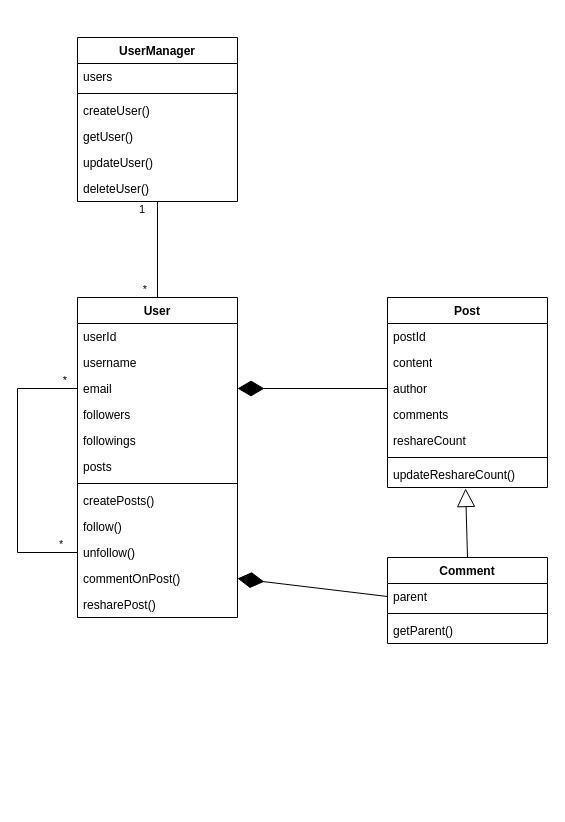
This is social_network.drawio from jilv220/UMLs, a draw.io file, before an edit. Source tidied: cells renumbered, new cells numbered last; positions are measured from the earlier drawing's top-left corner, leaving out a move shared by most shapes. Both pictures are drawn from the tidied source at 100%, with x=0, y=0 at pixel (17, 37).
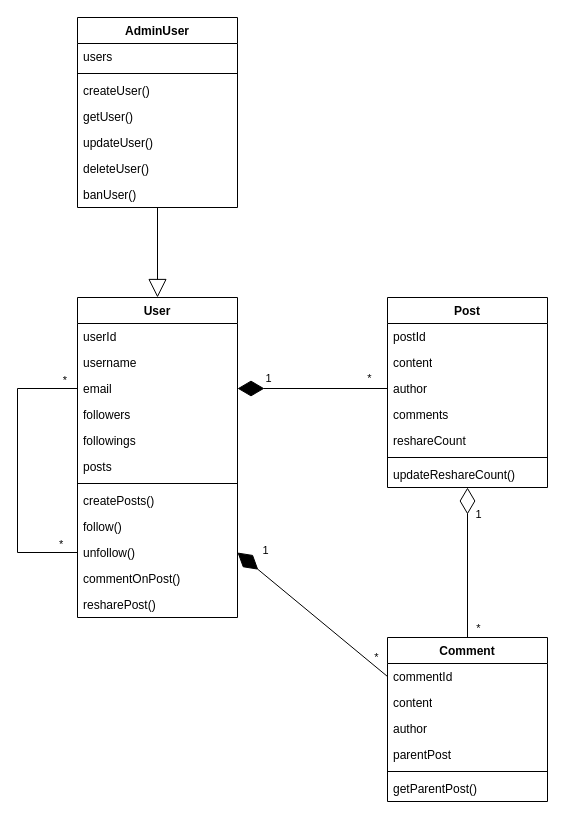
The same page after the edit.

The change refers to these unchanged cells:
```xml
<mxCell id="2" value="User" style="swimlane;fontStyle=1;align=center;verticalAlign=top;horizontal=1;startSize=26;whiteSpace=wrap;html=1;" parent="1" vertex="1">
  <mxGeometry x="60" y="260" width="160" height="320" as="geometry" />
</mxCell>
<mxCell id="5" value="email" style="text;strokeColor=none;fillColor=none;align=left;verticalAlign=top;spacingLeft=4;spacingRight=4;overflow=hidden;points=[[0,0.5],[1,0.5]];portConstraint=eastwest;whiteSpace=wrap;html=1;" parent="2" vertex="1">
  <mxGeometry y="78" width="160" height="26" as="geometry" />
</mxCell>
<mxCell id="12" value="unfollow()" style="text;strokeColor=none;fillColor=none;align=left;verticalAlign=top;spacingLeft=4;spacingRight=4;overflow=hidden;points=[[0,0.5],[1,0.5]];portConstraint=eastwest;whiteSpace=wrap;html=1;" parent="2" vertex="1">
  <mxGeometry y="242" width="160" height="26" as="geometry" />
</mxCell>
<mxCell id="13" value="commentOnPost()" style="text;strokeColor=none;fillColor=none;align=left;verticalAlign=top;spacingLeft=4;spacingRight=4;overflow=hidden;points=[[0,0.5],[1,0.5]];portConstraint=eastwest;whiteSpace=wrap;html=1;" parent="2" vertex="1">
  <mxGeometry y="268" width="160" height="26" as="geometry" />
</mxCell>
<mxCell id="22" value="Post" style="swimlane;fontStyle=1;align=center;verticalAlign=top;horizontal=1;startSize=26;whiteSpace=wrap;html=1;" parent="1" vertex="1">
  <mxGeometry x="370" y="260" width="160" height="190" as="geometry" />
</mxCell>
<mxCell id="25" value="author" style="text;strokeColor=none;fillColor=none;align=left;verticalAlign=top;spacingLeft=4;spacingRight=4;overflow=hidden;points=[[0,0.5],[1,0.5]];portConstraint=eastwest;whiteSpace=wrap;html=1;" parent="22" vertex="1">
  <mxGeometry y="78" width="160" height="26" as="geometry" />
</mxCell>
<mxCell id="29" value="updateReshareCount()" style="text;strokeColor=none;fillColor=none;align=left;verticalAlign=top;spacingLeft=4;spacingRight=4;overflow=hidden;points=[[0,0.5],[1,0.5]];portConstraint=eastwest;whiteSpace=wrap;html=1;" parent="22" vertex="1">
  <mxGeometry y="164" width="160" height="26" as="geometry" />
</mxCell>
```

The edit, as a diff of the source:
```diff
@@
     <mxCell id="18" value="Comment" style="swimlane;fontStyle=1;align=center;verticalAlign=top;horizontal=1;startSize=26;whiteSpace=wrap;html=1;" parent="1" vertex="1">
-      <mxGeometry x="370" y="520" width="160" height="86" as="geometry" />
+      <mxGeometry x="370" y="600" width="160" height="164" as="geometry" />
     </mxCell>
-    <mxCell id="19" value="parent" style="text;strokeColor=none;fillColor=none;align=left;verticalAlign=top;spacingLeft=4;spacingRight=4;overflow=hidden;points=[[0,0.5],[1,0.5]];portConstraint=eastwest;whiteSpace=wrap;html=1;" parent="18" vertex="1">
+    <mxCell id="19" value="commentId" style="text;strokeColor=none;fillColor=none;align=left;verticalAlign=top;spacingLeft=4;spacingRight=4;overflow=hidden;points=[[0,0.5],[1,0.5]];portConstraint=eastwest;whiteSpace=wrap;html=1;" parent="18" vertex="1">
       <mxGeometry y="26" width="160" height="26" as="geometry" />
     </mxCell>
+    <mxCell id="43" value="content" style="text;strokeColor=none;fillColor=none;align=left;verticalAlign=top;spacingLeft=4;spacingRight=4;overflow=hidden;whiteSpace=wrap;html=1;" parent="18" vertex="1">
+      <mxGeometry y="52" width="160" height="26" as="geometry" />
+    </mxCell>
+    <mxCell id="44" value="author" style="text;strokeColor=none;fillColor=none;align=left;verticalAlign=top;spacingLeft=4;spacingRight=4;overflow=hidden;whiteSpace=wrap;html=1;" parent="18" vertex="1">
+      <mxGeometry y="78" width="160" height="26" as="geometry" />
+    </mxCell>
+    <mxCell id="45" value="parentPost" style="text;strokeColor=none;fillColor=none;align=left;verticalAlign=top;spacingLeft=4;spacingRight=4;overflow=hidden;whiteSpace=wrap;html=1;" parent="18" vertex="1">
+      <mxGeometry y="104" width="160" height="26" as="geometry" />
+    </mxCell>
     <mxCell id="20" style="line;strokeWidth=1;fillColor=none;align=left;verticalAlign=middle;spacingTop=-1;spacingLeft=3;spacingRight=3;labelPosition=right;strokeColor=inherit;" parent="18" vertex="1">
-      <mxGeometry y="52" width="160" height="8" as="geometry" />
+      <mxGeometry y="130" width="160" height="8" as="geometry" />
     </mxCell>
-    <mxCell id="21" value="getParent()" style="text;strokeColor=none;fillColor=none;align=left;verticalAlign=top;spacingLeft=4;spacingRight=4;overflow=hidden;whiteSpace=wrap;html=1;" parent="18" vertex="1">
-      <mxGeometry y="60" width="160" height="26" as="geometry" />
+    <mxCell id="21" value="getParentPost()" style="text;strokeColor=none;fillColor=none;align=left;verticalAlign=top;spacingLeft=4;spacingRight=4;overflow=hidden;whiteSpace=wrap;html=1;" parent="18" vertex="1">
+      <mxGeometry y="138" width="160" height="26" as="geometry" />
     </mxCell>
@@
-    <mxCell id="30" style="endArrow=block;endSize=16;endFill=0;html=1;rounded=0;entryX=0.488;entryY=1.038;entryDx=0;entryDy=0;entryPerimeter=0;exitX=0.5;exitY=0;exitDx=0;exitDy=0;" parent="1" edge="1" source="18" target="29">
-      <mxGeometry relative="1" as="geometry" />
-    </mxCell>
-    <mxCell id="31" value="UserManager" style="swimlane;fontStyle=1;align=center;verticalAlign=top;horizontal=1;startSize=26;whiteSpace=wrap;html=1;" parent="1" vertex="1">
-      <mxGeometry x="60" width="160" height="164" as="geometry" />
+    <mxCell id="31" value="AdminUser" style="swimlane;fontStyle=1;align=center;verticalAlign=top;horizontal=1;startSize=26;whiteSpace=wrap;html=1;" parent="1" vertex="1">
+      <mxGeometry x="60" y="-20" width="160" height="190" as="geometry" />
     </mxCell>
@@
+    <mxCell id="46" value="banUser()" style="text;strokeColor=none;fillColor=none;align=left;verticalAlign=top;spacingLeft=4;spacingRight=4;overflow=hidden;whiteSpace=wrap;html=1;" parent="31" vertex="1">
+      <mxGeometry y="164" width="160" height="26" as="geometry" />
+    </mxCell>
+    <mxCell id="41" style="endArrow=diamondThin;endFill=1;endSize=24;html=1;rounded=0;entryX=1;entryY=0.5;entryDx=0;entryDy=0;exitX=0;exitY=0.5;exitDx=0;exitDy=0;" parent="1" edge="1" source="25" target="5">
+      <mxGeometry relative="1" as="geometry" />
+    </mxCell>
+    <mxCell id="47" value="1" style="edgeLabel;html=1;align=center;verticalAlign=middle;" parent="41" vertex="1">
+      <mxGeometry x="0.85" y="5" relative="1" as="geometry">
+        <mxPoint x="19" y="-16" as="offset" />
+      </mxGeometry>
+    </mxCell>
+    <mxCell id="48" value="*" style="edgeLabel;html=1;align=center;verticalAlign=middle;" parent="41" vertex="1">
+      <mxGeometry x="0.83" y="3" relative="1" as="geometry">
+        <mxPoint x="118" y="-14" as="offset" />
+      </mxGeometry>
+    </mxCell>
+    <mxCell id="49" style="endArrow=diamondThin;endFill=1;endSize=24;html=1;rounded=0;entryX=1;entryY=0.5;entryDx=0;entryDy=0;exitX=0;exitY=0.5;exitDx=0;exitDy=0;" parent="1" edge="1" source="19" target="12">
+      <mxGeometry relative="1" as="geometry" />
+    </mxCell>
+    <mxCell id="50" value="1" style="edgeLabel;html=1;align=center;verticalAlign=middle;" parent="49" vertex="1">
+      <mxGeometry x="0.85" y="5" relative="1" as="geometry">
+        <mxPoint x="19" y="-16" as="offset" />
+      </mxGeometry>
+    </mxCell>
+    <mxCell id="51" value="*" style="edgeLabel;html=1;align=center;verticalAlign=middle;" parent="49" vertex="1">
+      <mxGeometry x="0.83" y="3" relative="1" as="geometry">
+        <mxPoint x="128" y="92" as="offset" />
+      </mxGeometry>
+    </mxCell>
-    <mxCell id="38" style="endArrow=none;html=1;edgeStyle=orthogonalEdgeStyle;rounded=0;exitX=0.5;exitY=1;exitDx=0;exitDy=0;entryX=0.5;entryY=0;entryDx=0;entryDy=0;" parent="1" edge="1" source="31" target="2">
+    <mxCell id="38" style="endArrow=block;endSize=16;endFill=0;html=1;rounded=0;entryX=0.5;entryY=0;entryDx=0;entryDy=0;exitX=0.5;exitY=1;exitDx=0;exitDy=0;" parent="1" edge="1" source="31" target="2">
       <mxGeometry relative="1" as="geometry" />
     </mxCell>
-    <mxCell id="39" value="1" style="edgeLabel;html=1;align=left;verticalAlign=bottom;" parent="38" vertex="1">
-      <mxGeometry x="-1" relative="1" as="geometry">
-        <mxPoint x="-20" y="16" as="offset" />
-      </mxGeometry>
-    </mxCell>
-    <mxCell id="40" value="*" style="edgeLabel;html=1;align=right;verticalAlign=bottom;" parent="38" vertex="1">
-      <mxGeometry x="1" relative="1" as="geometry">
-        <mxPoint x="-10" as="offset" />
-      </mxGeometry>
-    </mxCell>
-    <mxCell id="41" style="endArrow=diamondThin;endFill=1;endSize=24;html=1;rounded=0;entryX=1;entryY=0.5;entryDx=0;entryDy=0;exitX=0;exitY=0.5;exitDx=0;exitDy=0;" parent="1" edge="1" source="25" target="5">
-      <mxGeometry relative="1" as="geometry" />
-    </mxCell>
-    <mxCell id="42" style="endArrow=diamondThin;endFill=1;endSize=24;html=1;rounded=0;entryX=1;entryY=0.5;entryDx=0;entryDy=0;exitX=0;exitY=0.5;exitDx=0;exitDy=0;" parent="1" edge="1" source="19" target="13">
-      <mxGeometry relative="1" as="geometry" />
-    </mxCell>
+    <mxCell id="52" style="endArrow=diamondThin;endFill=0;endSize=24;html=1;rounded=0;entryX=0.5;entryY=1;entryDx=0;entryDy=0;exitX=0.5;exitY=0;exitDx=0;exitDy=0;" parent="1" edge="1" source="18" target="22">
+      <mxGeometry relative="1" as="geometry" />
+    </mxCell>
+    <mxCell id="53" value="1" style="edgeLabel;html=1;align=center;verticalAlign=middle;" parent="52" vertex="1">
+      <mxGeometry x="0.83" y="-1" relative="1" as="geometry">
+        <mxPoint x="9" y="13" as="offset" />
+      </mxGeometry>
+    </mxCell>
+    <mxCell id="54" value="*" style="edgeLabel;html=1;align=center;verticalAlign=middle;" parent="52" vertex="1">
+      <mxGeometry x="0.8" y="-2" relative="1" as="geometry">
+        <mxPoint x="8" y="125" as="offset" />
+      </mxGeometry>
+    </mxCell>
```
